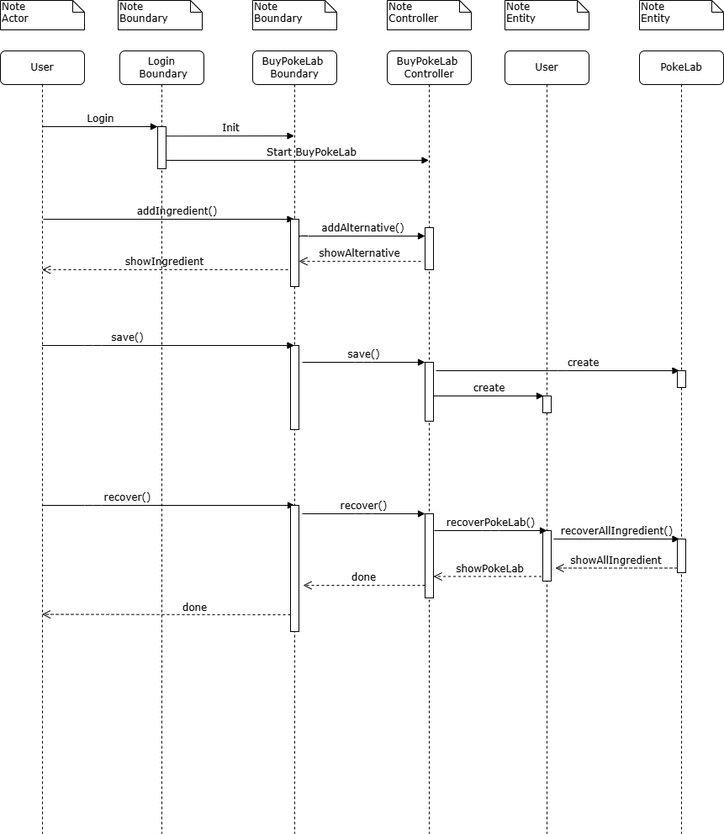
This is diagrams/SequenceDiagram.drawio.png from matteopinfildi/YourPoke-ISPWProject, a draw.io export, as it was before one commit. Source tidied: cells renumbered, new cells last; positions are measured from the earlier drawing's top-left corner, leaving out a move shared by most shapes.
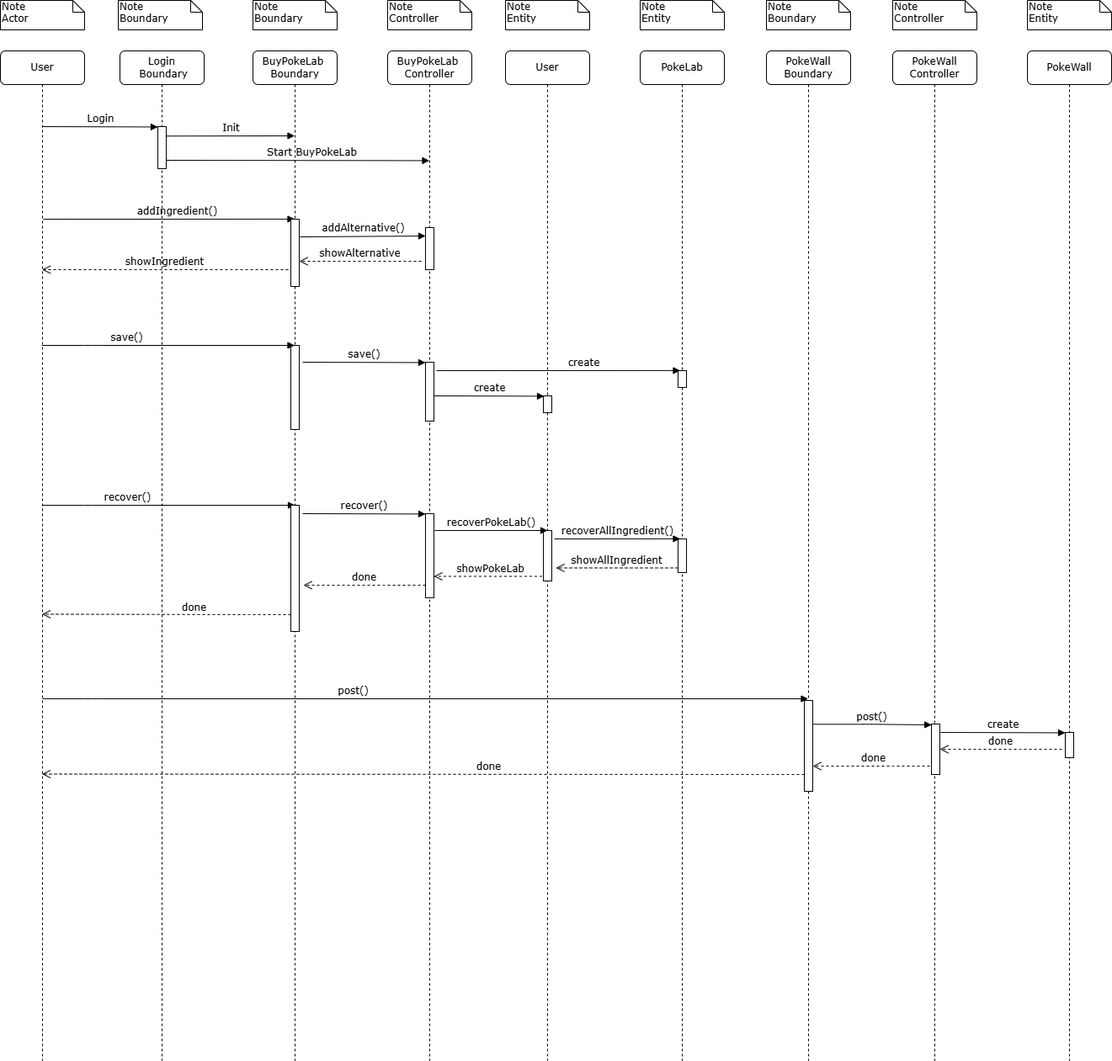
The same file after the commit.

Change to the diagram source:
```diff
@@ -18,7 +18,7 @@
       <mxGeometry x="600" width="100" height="35" as="geometry" />
     </mxCell>
     <mxCell id="7" value="User" style="shape=umlLifeline;perimeter=lifelinePerimeter;whiteSpace=wrap;html=1;outlineConnect=0;rounded=1;shadow=0;comic=0;labelBackgroundColor=none;strokeWidth=1;fontFamily=Verdana;fontSize=12;align=center;" parent="1" vertex="1">
-      <mxGeometry y="60" width="100" height="930" as="geometry" />
+      <mxGeometry y="60" width="100" height="1200" as="geometry" />
     </mxCell>
     <mxCell id="8" value="addIngredient()" style="html=1;verticalAlign=bottom;endArrow=block;labelBackgroundColor=none;fontFamily=Verdana;fontSize=12;edgeStyle=elbowEdgeStyle;elbow=vertical;" parent="7" edge="1" target="14">
       <mxGeometry x="0.07" relative="1" as="geometry">
@@ -26,7 +26,7 @@
       </mxGeometry>
     </mxCell>
     <mxCell id="9" value="Login&lt;div&gt;&amp;nbsp;Boundary&lt;/div&gt;" style="shape=umlLifeline;perimeter=lifelinePerimeter;whiteSpace=wrap;html=1;rounded=1;shadow=0;comic=0;labelBackgroundColor=none;strokeWidth=1;fontFamily=Verdana;fontSize=12;align=center;" parent="1" vertex="1">
-      <mxGeometry x="142" y="60" width="100" height="930" as="geometry" />
+      <mxGeometry x="142" y="60" width="100" height="1200" as="geometry" />
     </mxCell>
     <mxCell id="10" style="html=1;points=[];perimeter=orthogonalPerimeter;rounded=0;shadow=0;comic=0;labelBackgroundColor=none;strokeWidth=1;fontFamily=Verdana;fontSize=12;align=center;" parent="9" vertex="1">
       <mxGeometry x="45" y="90" width="10" height="50" as="geometry" />
@@ -55,8 +55,16 @@
         </Array>
       </mxGeometry>
     </mxCell>
+    <mxCell id="44" value="post()" style="html=1;verticalAlign=bottom;endArrow=block;labelBackgroundColor=none;fontFamily=Verdana;fontSize=12;edgeStyle=elbowEdgeStyle;elbow=vertical;" parent="9" edge="1" target="46">
+      <mxGeometry x="-0.19" relative="1" as="geometry">
+        <mxPoint x="-92" y="770" as="sourcePoint" />
+        <Array as="points">
+          <mxPoint x="-32" y="770" />
+        </Array>
+      </mxGeometry>
+    </mxCell>
     <mxCell id="14" value="BuyPokeLab&amp;nbsp;&lt;div&gt;Boundary&lt;/div&gt;" style="shape=umlLifeline;perimeter=lifelinePerimeter;whiteSpace=wrap;html=1;outlineConnect=0;rounded=1;shadow=0;comic=0;labelBackgroundColor=none;strokeWidth=1;fontFamily=Verdana;fontSize=12;align=center;" parent="1" vertex="1">
-      <mxGeometry x="300" y="60" width="100" height="930" as="geometry" />
+      <mxGeometry x="300" y="60" width="100" height="1200" as="geometry" />
     </mxCell>
     <mxCell id="15" style="html=1;points=[];perimeter=orthogonalPerimeter;rounded=0;shadow=0;comic=0;labelBackgroundColor=none;strokeWidth=1;fontFamily=Verdana;fontSize=12;align=center;" parent="14" vertex="1">
       <mxGeometry x="45" y="200" width="10" height="80" as="geometry" />
@@ -81,7 +89,7 @@
       <mxGeometry x="0.01" relative="1" as="geometry" />
     </mxCell>
     <mxCell id="20" value="BuyPokeLab&amp;nbsp;&lt;div&gt;Controller&lt;/div&gt;" style="shape=umlLifeline;perimeter=lifelinePerimeter;whiteSpace=wrap;html=1;outlineConnect=0;rounded=1;shadow=0;comic=0;labelBackgroundColor=none;strokeWidth=1;fontFamily=Verdana;fontSize=12;align=center;" parent="1" vertex="1">
-      <mxGeometry x="460" y="60" width="100" height="930" as="geometry" />
+      <mxGeometry x="460" y="60" width="100" height="1200" as="geometry" />
     </mxCell>
     <mxCell id="21" style="html=1;perimeter=orthogonalPerimeter;rounded=0;shadow=0;comic=0;labelBackgroundColor=none;strokeWidth=1;fontFamily=Verdana;fontSize=12;align=center;" parent="20" vertex="1">
       <mxGeometry x="45" y="210" width="10" height="50" as="geometry" />
@@ -127,7 +135,7 @@
       </mxGeometry>
     </mxCell>
     <mxCell id="29" value="User" style="shape=umlLifeline;perimeter=lifelinePerimeter;whiteSpace=wrap;html=1;outlineConnect=0;rounded=1;shadow=0;comic=0;labelBackgroundColor=none;strokeWidth=1;fontFamily=Verdana;fontSize=12;align=center;" parent="1" vertex="1">
-      <mxGeometry x="600" y="60" width="100" height="930" as="geometry" />
+      <mxGeometry x="600" y="60" width="100" height="1200" as="geometry" />
     </mxCell>
     <mxCell id="30" value="create" style="html=1;verticalAlign=bottom;endArrow=block;labelBackgroundColor=none;fontFamily=Verdana;fontSize=12;edgeStyle=elbowEdgeStyle;elbow=vertical;" parent="29" edge="1">
       <mxGeometry x="0.21" relative="1" as="geometry">
@@ -145,7 +153,7 @@
       <mxGeometry x="760" width="100" height="35" as="geometry" />
     </mxCell>
     <mxCell id="34" value="PokeLab" style="shape=umlLifeline;perimeter=lifelinePerimeter;whiteSpace=wrap;html=1;rounded=1;shadow=0;comic=0;labelBackgroundColor=none;strokeWidth=1;fontFamily=Verdana;fontSize=12;align=center;" parent="1" vertex="1">
-      <mxGeometry x="760" y="60" width="100" height="930" as="geometry" />
+      <mxGeometry x="760" y="60" width="100" height="1200" as="geometry" />
     </mxCell>
     <mxCell id="35" style="html=1;perimeter=orthogonalPerimeter;rounded=0;shadow=0;comic=0;labelBackgroundColor=none;strokeWidth=1;fontFamily=Verdana;fontSize=12;align=center;" parent="34" vertex="1">
       <mxGeometry x="45" y="380" width="10" height="20" as="geometry" />
@@ -205,5 +213,71 @@
         </Array>
       </mxGeometry>
     </mxCell>
+    <mxCell id="45" value="Note&lt;div&gt;Boundary&lt;/div&gt;" style="shape=note;whiteSpace=wrap;html=1;size=14;verticalAlign=top;align=left;spacingTop=-6;rounded=0;shadow=0;comic=0;labelBackgroundColor=none;strokeWidth=1;fontFamily=Verdana;fontSize=12;" parent="1" vertex="1">
+      <mxGeometry x="910" width="100" height="35" as="geometry" />
+    </mxCell>
+    <mxCell id="46" value="PokeWall&lt;div&gt;Boundary&lt;/div&gt;" style="shape=umlLifeline;perimeter=lifelinePerimeter;whiteSpace=wrap;html=1;outlineConnect=0;rounded=1;shadow=0;comic=0;labelBackgroundColor=none;strokeWidth=1;fontFamily=Verdana;fontSize=12;align=center;" parent="1" vertex="1">
+      <mxGeometry x="910" y="60" width="100" height="1200" as="geometry" />
+    </mxCell>
+    <mxCell id="47" style="html=1;perimeter=orthogonalPerimeter;rounded=0;shadow=0;comic=0;labelBackgroundColor=none;strokeWidth=1;fontFamily=Verdana;fontSize=12;align=center;" parent="46" vertex="1">
+      <mxGeometry x="45" y="772" width="10" height="108" as="geometry" />
+    </mxCell>
+    <mxCell id="48" value="post()" style="html=1;verticalAlign=bottom;endArrow=block;entryX=0.017;entryY=0.017;labelBackgroundColor=none;fontFamily=Verdana;fontSize=12;edgeStyle=elbowEdgeStyle;elbow=horizontal;entryDx=0;entryDy=0;entryPerimeter=0;" parent="46" edge="1" target="52">
+      <mxGeometry relative="1" as="geometry">
+        <mxPoint x="55" y="800.3" as="sourcePoint" />
+      </mxGeometry>
+    </mxCell>
+    <mxCell id="49" value="done" style="html=1;verticalAlign=bottom;endArrow=open;dashed=1;endSize=8;labelBackgroundColor=none;fontFamily=Verdana;fontSize=12;edgeStyle=elbowEdgeStyle;elbow=horizontal;" parent="46" edge="1">
+      <mxGeometry x="0.01" relative="1" as="geometry">
+        <mxPoint x="200" y="850" as="sourcePoint" />
+        <mxPoint x="55" y="850" as="targetPoint" />
+        <Array as="points">
+          <mxPoint x="160" y="849.5" />
+          <mxPoint x="190" y="849.5" />
+        </Array>
+      </mxGeometry>
+    </mxCell>
+    <mxCell id="50" value="Note&lt;div&gt;Controller&lt;/div&gt;" style="shape=note;whiteSpace=wrap;html=1;size=14;verticalAlign=top;align=left;spacingTop=-6;rounded=0;shadow=0;comic=0;labelBackgroundColor=none;strokeWidth=1;fontFamily=Verdana;fontSize=12;" parent="1" vertex="1">
+      <mxGeometry x="1060" width="100" height="35" as="geometry" />
+    </mxCell>
+    <mxCell id="51" value="PokeWall&lt;div&gt;Controller&lt;/div&gt;" style="shape=umlLifeline;perimeter=lifelinePerimeter;whiteSpace=wrap;html=1;rounded=1;shadow=0;comic=0;labelBackgroundColor=none;strokeWidth=1;fontFamily=Verdana;fontSize=12;align=center;" parent="1" vertex="1">
+      <mxGeometry x="1060" y="60" width="100" height="1200" as="geometry" />
+    </mxCell>
+    <mxCell id="52" style="html=1;points=[];perimeter=orthogonalPerimeter;rounded=0;shadow=0;comic=0;labelBackgroundColor=none;strokeWidth=1;fontFamily=Verdana;fontSize=12;align=center;" parent="51" vertex="1">
+      <mxGeometry x="46" y="800" width="10" height="60" as="geometry" />
+    </mxCell>
+    <mxCell id="53" value="Note&lt;div&gt;Entity&lt;/div&gt;" style="shape=note;whiteSpace=wrap;html=1;size=14;verticalAlign=top;align=left;spacingTop=-6;rounded=0;shadow=0;comic=0;labelBackgroundColor=none;strokeWidth=1;fontFamily=Verdana;fontSize=12;" parent="1" vertex="1">
+      <mxGeometry x="1220" width="100" height="35" as="geometry" />
+    </mxCell>
+    <mxCell id="54" value="PokeWall" style="shape=umlLifeline;perimeter=lifelinePerimeter;whiteSpace=wrap;html=1;rounded=1;shadow=0;comic=0;labelBackgroundColor=none;strokeWidth=1;fontFamily=Verdana;fontSize=12;align=center;" parent="1" vertex="1">
+      <mxGeometry x="1220" y="60" width="100" height="1200" as="geometry" />
+    </mxCell>
+    <mxCell id="55" style="html=1;points=[];perimeter=orthogonalPerimeter;rounded=0;shadow=0;comic=0;labelBackgroundColor=none;strokeWidth=1;fontFamily=Verdana;fontSize=12;align=center;" parent="54" vertex="1">
+      <mxGeometry x="45" y="810" width="10" height="30" as="geometry" />
+    </mxCell>
+    <mxCell id="56" value="create" style="html=1;verticalAlign=bottom;endArrow=block;labelBackgroundColor=none;fontFamily=Verdana;fontSize=12;edgeStyle=elbowEdgeStyle;elbow=vertical;" parent="1" edge="1" target="55">
+      <mxGeometry relative="1" as="geometry">
+        <mxPoint x="1117" y="870" as="sourcePoint" />
+      </mxGeometry>
+    </mxCell>
+    <mxCell id="57" value="done" style="html=1;verticalAlign=bottom;endArrow=open;dashed=1;endSize=8;labelBackgroundColor=none;fontFamily=Verdana;fontSize=12;edgeStyle=elbowEdgeStyle;elbow=horizontal;" parent="1" edge="1">
+      <mxGeometry x="0.01" relative="1" as="geometry">
+        <mxPoint x="1261" y="890" as="sourcePoint" />
+        <mxPoint x="1116" y="890" as="targetPoint" />
+        <Array as="points">
+          <mxPoint x="1221" y="889.5" />
+          <mxPoint x="1251" y="889.5" />
+        </Array>
+      </mxGeometry>
+    </mxCell>
+    <mxCell id="58" value="done" style="html=1;verticalAlign=bottom;endArrow=open;dashed=1;endSize=8;labelBackgroundColor=none;fontFamily=Verdana;fontSize=12;edgeStyle=elbowEdgeStyle;elbow=horizontal;" parent="1" edge="1" target="7">
+      <mxGeometry x="-0.17" relative="1" as="geometry">
+        <mxPoint x="955" y="920" as="sourcePoint" />
+        <Array as="points">
+          <mxPoint x="915" y="919.5" />
+          <mxPoint x="945" y="919.5" />
+        </Array>
+      </mxGeometry>
+    </mxCell>
   </root>
 </mxGraphModel>
```
